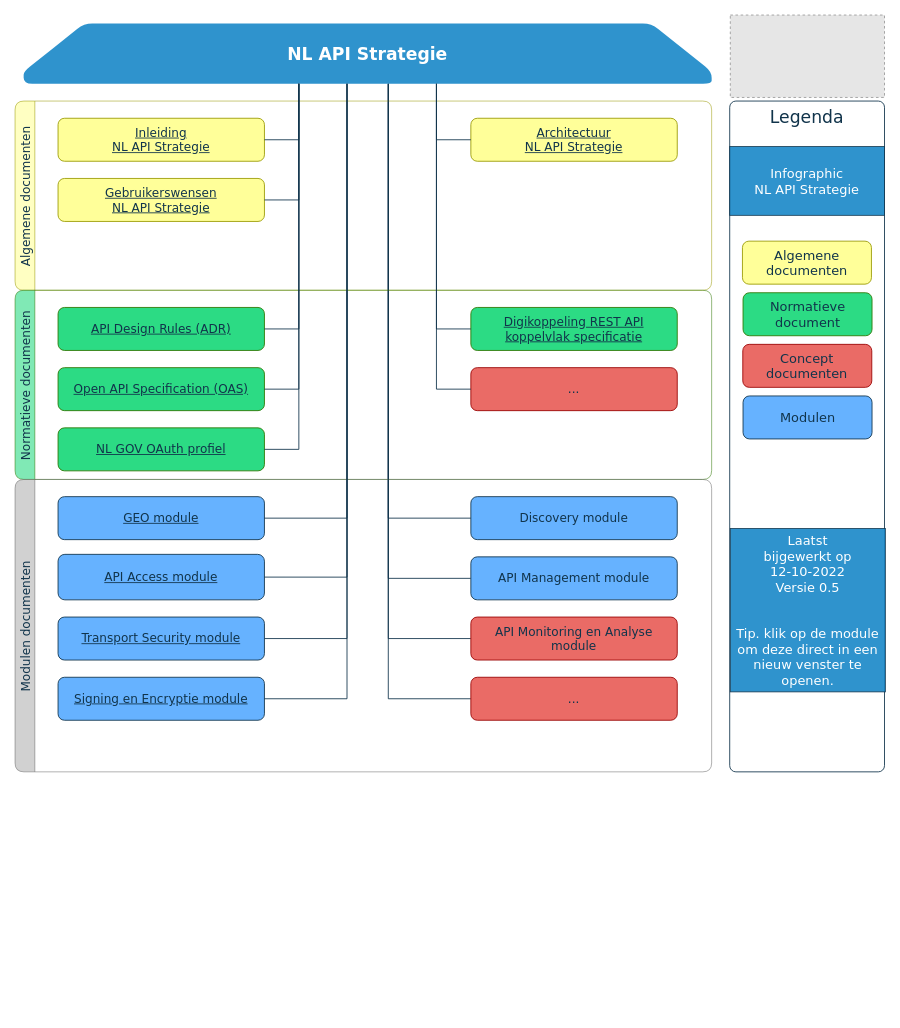
This is media/API infographic.drawio from Geonovum/KP-APIs, a draw.io file, before an edit. Source tidied: cells renumbered, new cells numbered last; positions are measured from the earlier drawing's top-left corner, leaving out a move shared by most shapes. Both pictures are drawn from the tidied source at 86%, with x=0, y=0 at pixel (15, 15). Pictures stored in the file or linked from it are replaced by grey dashed boxes.
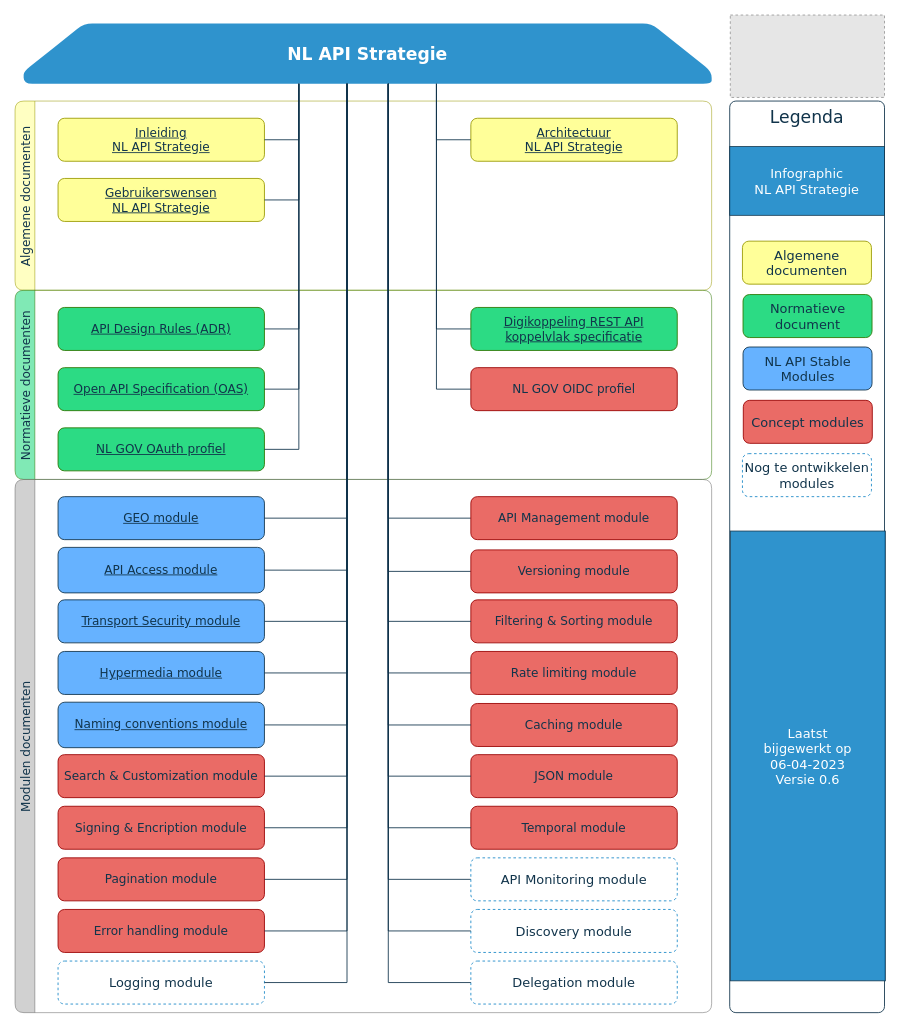
The same diagram, later.

Unchanged cells that the change refers to:
```xml
<mxCell id="12" value="Normatieve documenten" style="swimlane;horizontal=0;rounded=1;strokeColor=#2D7600;fillColor=#2CDB84;fontFamily=Verdana;fontStyle=0;opacity=60;fontColor=#11344B;fontSize=14;" parent="1" vertex="1">
  <mxGeometry y="320" width="810" height="220" as="geometry" />
</mxCell>
<mxCell id="19" value="&lt;span&gt;NL API Strategie&lt;/span&gt;" style="shape=loopLimit;whiteSpace=wrap;html=1;fontSize=20;fillColor=#1988C8;fontFamily=Verdana;fontStyle=1;size=140;fontColor=#FFFFFF;strokeColor=none;rounded=1;points=[[0,0,0,0,0],[0,0.26,0,0,0],[0,0.5,0,0,0],[0,0.74,0,0,0],[0,1,0,0,0],[0.07,1,0,0,0],[0.13,1,0,0,0],[0.2,1,0,0,0],[0.25,0,0,0,0],[0.25,1,0,0,0],[0.27,1,0,0,0],[0.33,1,0,0,0],[0.4,1,0,0,0],[0.47,1,0,0,0],[0.5,0,0,0,0],[0.5,1,0,0,0],[0.53,1,0,0,0],[0.6,1,0,0,0],[0.67,1,0,0,0],[0.73,1,0,0,0],[0.75,0,0,0,0],[0.75,1,0,0,0],[0.8,1,0,0,0],[0.87,1,0,0,0],[0.93,1,0,0,0],[1,0,0,0,0],[1,0.26,0,0,0],[1,0.5,0,0,0],[1,0.76,0,0,0],[1,1,0,0,0]];opacity=90;shadow=0;sketch=0;" parent="1" vertex="1">
  <mxGeometry x="10" y="9.9" width="800" height="70" as="geometry" />
</mxCell>
```

What changed in the source:
```diff
@@
     <mxCell id="6" value="&lt;span style=&quot;font-size: 20px;&quot;&gt;&lt;font style=&quot;&quot;&gt;Legenda&lt;/font&gt;&lt;/span&gt;" style="rounded=1;whiteSpace=wrap;html=1;fontSize=14;verticalAlign=top;fontFamily=Verdana;fontStyle=0;fontColor=#11344B;strokeColor=#11344B;arcSize=4;" parent="1" vertex="1">
-      <mxGeometry x="831" y="100" width="180" height="780" as="geometry" />
+      <mxGeometry x="831" y="100" width="180" height="1060" as="geometry" />
     </mxCell>
     <mxCell id="7" value="Normatieve&lt;br style=&quot;font-size: 15px;&quot;&gt;document" style="rounded=1;whiteSpace=wrap;html=1;fontSize=15;fontStyle=0;fillColor=#2CDB84;strokeColor=#2D7600;fontColor=#11344B;fontFamily=Verdana;" parent="1" vertex="1">
-      <mxGeometry x="846.5" y="322.9" width="150" height="50" as="geometry" />
+      <mxGeometry x="846.5" y="325" width="150" height="50" as="geometry" />
     </mxCell>
@@
-    <mxCell id="17" value="..." style="rounded=1;whiteSpace=wrap;html=1;fontSize=14;fontStyle=0;fillColor=#EA6B66;strokeColor=#990000;fontColor=#11344B;fontFamily=Verdana;" parent="12" vertex="1">
+    <mxCell id="17" value="NL GOV OIDC profiel" style="rounded=1;whiteSpace=wrap;html=1;fontSize=14;fontStyle=0;fillColor=#EA6B66;strokeColor=#990000;fontColor=#11344B;fontFamily=Verdana;" parent="12" vertex="1">
       <mxGeometry x="530" y="90" width="240" height="50" as="geometry" />
     </mxCell>
@@
     <mxCell id="20" value="Modulen documenten" style="swimlane;horizontal=0;rounded=1;strokeColor=#666666;fillColor=#B3B3B3;fontFamily=Verdana;fontStyle=0;opacity=60;fontColor=#11344B;fontSize=14;" parent="1" vertex="1">
-      <mxGeometry y="540" width="810" height="340" as="geometry" />
+      <mxGeometry y="540" width="810" height="620" as="geometry" />
     </mxCell>
@@
     <mxCell id="22" value="Transport Security module&lt;br&gt;" style="rounded=1;whiteSpace=wrap;html=1;fontSize=14;fontStyle=4;fillColor=#66B2FF;strokeColor=#11344B;fontColor=#11344B;fontFamily=Verdana;" parent="20" vertex="1">
-      <mxGeometry x="50" y="160" width="240" height="50" as="geometry" />
+      <mxGeometry x="50" y="140" width="240" height="50" as="geometry" />
     </mxCell>
-    <mxCell id="23" value="Discovery module" style="rounded=1;whiteSpace=wrap;html=1;fontSize=14;fontStyle=0;fillColor=#66B2FF;strokeColor=#11344B;fontColor=#11344B;fontFamily=Verdana;" parent="20" vertex="1">
-      <mxGeometry x="530" y="20" width="240" height="50" as="geometry" />
-    </mxCell>
-    <mxCell id="24" value="API Management module" style="rounded=1;whiteSpace=wrap;html=1;fontSize=14;fontStyle=0;fillColor=#66B2FF;strokeColor=#11344B;fontColor=#11344B;fontFamily=Verdana;" parent="20" vertex="1">
-      <mxGeometry x="530" y="90" width="240" height="50" as="geometry" />
+    <mxCell id="24" value="API Management module" style="rounded=1;whiteSpace=wrap;html=1;fontSize=14;fontStyle=0;fillColor=#EA6B66;strokeColor=#990000;fontColor=#11344B;fontFamily=Verdana;" parent="20" vertex="1">
+      <mxGeometry x="530" y="20" width="240" height="50" as="geometry" />
     </mxCell>
-    <mxCell id="25" value="..." style="rounded=1;whiteSpace=wrap;html=1;fontSize=14;fontStyle=0;fillColor=#EA6B66;strokeColor=#990000;fontColor=#11344B;fontFamily=Verdana;" parent="20" vertex="1">
-      <mxGeometry x="530" y="230" width="240" height="50" as="geometry" />
+    <mxCell id="25" value="Versioning module" style="rounded=1;whiteSpace=wrap;html=1;fontSize=14;fontStyle=0;fillColor=#EA6B66;strokeColor=#990000;fontColor=#11344B;fontFamily=Verdana;" parent="20" vertex="1">
+      <mxGeometry x="530" y="81.9" width="240" height="50" as="geometry" />
     </mxCell>
-    <mxCell id="26" value="API Monitoring en Analyse module" style="rounded=1;whiteSpace=wrap;html=1;fontSize=14;fontStyle=0;fillColor=#EA6B66;strokeColor=#990000;fontColor=#11344B;fontFamily=Verdana;" parent="20" vertex="1">
-      <mxGeometry x="530" y="160" width="240" height="50" as="geometry" />
-    </mxCell>
     <mxCell id="27" value="API Access module" style="rounded=1;whiteSpace=wrap;html=1;fontSize=14;fontStyle=4;fillColor=#66B2FF;strokeColor=#11344B;fontColor=#11344B;fontFamily=Verdana;" parent="20" vertex="1">
-      <mxGeometry x="50" y="87.1" width="240" height="52.9" as="geometry" />
+      <mxGeometry x="50" y="79" width="240" height="52.9" as="geometry" />
     </mxCell>
-    <mxCell id="28" value="Signing en Encryptie module" style="rounded=1;whiteSpace=wrap;html=1;fontSize=14;fontStyle=4;fillColor=#66B2FF;strokeColor=#11344B;fontColor=#11344B;fontFamily=Verdana;" parent="20" vertex="1">
-      <mxGeometry x="50" y="230" width="240" height="50" as="geometry" />
+    <mxCell id="28" value="Signing &amp;amp; Encription module" style="rounded=1;whiteSpace=wrap;html=1;fontSize=14;fontStyle=0;fillColor=#EA6B66;strokeColor=#990000;fontColor=#11344B;fontFamily=Verdana;" parent="20" vertex="1">
+      <mxGeometry x="50" y="380" width="240" height="50" as="geometry" />
     </mxCell>
+    <mxCell id="46" value="Naming conventions module" style="rounded=1;whiteSpace=wrap;html=1;fontSize=14;fontStyle=4;fillColor=#66B2FF;strokeColor=#11344B;fontColor=#11344B;fontFamily=Verdana;" parent="20" vertex="1">
+      <mxGeometry x="50" y="259" width="240" height="52.9" as="geometry" />
+    </mxCell>
+    <mxCell id="47" value="JSON module" style="rounded=1;whiteSpace=wrap;html=1;fontSize=14;fontStyle=0;fillColor=#EA6B66;strokeColor=#990000;fontColor=#11344B;fontFamily=Verdana;" parent="20" vertex="1">
+      <mxGeometry x="530" y="320" width="240" height="50" as="geometry" />
+    </mxCell>
+    <mxCell id="48" value="Filtering &amp;amp; Sorting module" style="rounded=1;whiteSpace=wrap;html=1;fontSize=14;fontStyle=0;fillColor=#EA6B66;strokeColor=#990000;fontColor=#11344B;fontFamily=Verdana;" parent="20" vertex="1">
+      <mxGeometry x="530" y="140" width="240" height="50" as="geometry" />
+    </mxCell>
+    <mxCell id="49" value="Search &amp;amp; Customization module" style="rounded=1;whiteSpace=wrap;html=1;fontSize=14;fontStyle=0;fillColor=#EA6B66;strokeColor=#990000;fontColor=#11344B;fontFamily=Verdana;" parent="20" vertex="1">
+      <mxGeometry x="50" y="320" width="240" height="50" as="geometry" />
+    </mxCell>
+    <mxCell id="50" value="Temporal module" style="rounded=1;whiteSpace=wrap;html=1;fontSize=14;fontStyle=0;fillColor=#EA6B66;strokeColor=#990000;fontColor=#11344B;fontFamily=Verdana;" parent="20" vertex="1">
+      <mxGeometry x="530" y="380" width="240" height="50" as="geometry" />
+    </mxCell>
+    <mxCell id="51" value="Hypermedia module" style="rounded=1;whiteSpace=wrap;html=1;fontSize=14;fontStyle=4;fillColor=#66B2FF;strokeColor=#11344B;fontColor=#11344B;fontFamily=Verdana;" parent="20" vertex="1">
+      <mxGeometry x="50" y="200" width="240" height="50" as="geometry" />
+    </mxCell>
+    <mxCell id="52" value="Pagination module" style="rounded=1;whiteSpace=wrap;html=1;fontSize=14;fontStyle=0;fillColor=#EA6B66;strokeColor=#990000;fontColor=#11344B;fontFamily=Verdana;" parent="20" vertex="1">
+      <mxGeometry x="50" y="440" width="240" height="50" as="geometry" />
+    </mxCell>
+    <mxCell id="53" value="Caching module" style="rounded=1;whiteSpace=wrap;html=1;fontSize=14;fontStyle=0;fillColor=#EA6B66;strokeColor=#990000;fontColor=#11344B;fontFamily=Verdana;" parent="20" vertex="1">
+      <mxGeometry x="530" y="260.5" width="240" height="50" as="geometry" />
+    </mxCell>
+    <mxCell id="54" value="Rate limiting module" style="rounded=1;whiteSpace=wrap;html=1;fontSize=14;fontStyle=0;fillColor=#EA6B66;strokeColor=#990000;fontColor=#11344B;fontFamily=Verdana;" parent="20" vertex="1">
+      <mxGeometry x="530" y="200" width="240" height="50" as="geometry" />
+    </mxCell>
+    <mxCell id="55" value="Error handling module" style="rounded=1;whiteSpace=wrap;html=1;fontSize=14;fontStyle=0;fillColor=#EA6B66;strokeColor=#990000;fontColor=#11344B;fontFamily=Verdana;" parent="20" vertex="1">
+      <mxGeometry x="50" y="500" width="240" height="50" as="geometry" />
+    </mxCell>
+    <mxCell id="56" value="Delegation module" style="rounded=1;whiteSpace=wrap;html=1;fontSize=15;fontStyle=0;fillColor=none;strokeColor=#1988C8;fontColor=#11344B;fontFamily=Verdana;dashed=1;" parent="20" vertex="1">
+      <mxGeometry x="530" y="560" width="240" height="50" as="geometry" />
+    </mxCell>
+    <mxCell id="57" value="Logging module" style="rounded=1;whiteSpace=wrap;html=1;fontSize=15;fontStyle=0;fillColor=none;strokeColor=#1988C8;fontColor=#11344B;fontFamily=Verdana;dashed=1;" parent="20" vertex="1">
+      <mxGeometry x="50" y="560" width="240" height="50" as="geometry" />
+    </mxCell>
+    <mxCell id="26" value="API Monitoring module" style="rounded=1;whiteSpace=wrap;html=1;fontSize=15;fontStyle=0;fillColor=none;strokeColor=#1988C8;fontColor=#11344B;fontFamily=Verdana;dashed=1;" parent="20" vertex="1">
+      <mxGeometry x="530" y="440" width="240" height="50" as="geometry" />
+    </mxCell>
+    <mxCell id="23" value="Discovery module" style="rounded=1;whiteSpace=wrap;html=1;fontSize=15;fontStyle=0;fillColor=none;strokeColor=#1988C8;fontColor=#11344B;fontFamily=Verdana;dashed=1;" parent="20" vertex="1">
+      <mxGeometry x="530" y="500" width="240" height="50" as="geometry" />
+    </mxCell>
@@
-    <mxCell id="30" value="Concept documenten" style="rounded=1;whiteSpace=wrap;html=1;fontSize=15;fontStyle=0;fillColor=#EA6B66;strokeColor=#990000;fontColor=#11344B;fontFamily=Verdana;" parent="1" vertex="1">
-      <mxGeometry x="846.2" y="382.9" width="150" height="50" as="geometry" />
+    <mxCell id="30" value="Concept modules" style="rounded=1;whiteSpace=wrap;html=1;fontSize=15;fontStyle=0;fillColor=#EA6B66;strokeColor=#990000;fontColor=#11344B;fontFamily=Verdana;" parent="1" vertex="1">
+      <mxGeometry x="846.8" y="448" width="150" height="50" as="geometry" />
     </mxCell>
-    <mxCell id="31" value="Modulen" style="rounded=1;whiteSpace=wrap;html=1;fontSize=15;fontStyle=0;fillColor=#66B2FF;strokeColor=#11344B;fontColor=#11344B;fontFamily=Verdana;" parent="1" vertex="1">
-      <mxGeometry x="846.5" y="442.9" width="150" height="50" as="geometry" />
+    <mxCell id="31" value="NL API Stable Modules" style="rounded=1;whiteSpace=wrap;html=1;fontSize=15;fontStyle=0;fillColor=#66B2FF;strokeColor=#11344B;fontColor=#11344B;fontFamily=Verdana;" parent="1" vertex="1">
+      <mxGeometry x="846.5" y="386" width="150" height="50" as="geometry" />
     </mxCell>
@@
-    <mxCell id="40" value="Laatst &lt;br&gt;bijgewerkt op &lt;br&gt;12-10-2022&lt;br&gt;Versie 0.5&lt;br&gt;&lt;br&gt;&lt;br&gt;Tip. klik op de module om deze direct in een nieuw venster te openen." style="text;html=1;strokeColor=#11344B;fillColor=#1988C8;align=center;verticalAlign=middle;whiteSpace=wrap;rounded=0;fontFamily=Verdana;fontSize=15;fontColor=#FFFFFF;opacity=90;" parent="1" vertex="1">
-      <mxGeometry x="831.7" y="597" width="180.3" height="190" as="geometry" />
+    <mxCell id="40" value="Laatst &lt;br&gt;bijgewerkt op &lt;br&gt;06-04-2023&lt;br&gt;Versie 0.6" style="text;html=1;strokeColor=#11344B;fillColor=#1988C8;align=center;verticalAlign=middle;whiteSpace=wrap;rounded=0;fontFamily=Verdana;fontSize=15;fontColor=#FFFFFF;opacity=90;" parent="1" vertex="1">
+      <mxGeometry x="831.7" y="600" width="180.3" height="523" as="geometry" />
     </mxCell>
@@
+    <mxCell id="58" value="Nog te ontwikkelen modules" style="rounded=1;whiteSpace=wrap;html=1;fontSize=15;fontStyle=0;fillColor=none;strokeColor=#1988C8;fontColor=#11344B;fontFamily=Verdana;dashed=1;" parent="1" vertex="1">
+      <mxGeometry x="845.8" y="510" width="150" height="50" as="geometry" />
+    </mxCell>
+    <mxCell id="59" style="endArrow=none;html=1;rounded=0;fontFamily=Verdana;fontColor=#11344B;strokeColor=#11344B;entryX=0.47;entryY=1;entryDx=0;entryDy=0;entryPerimeter=0;exitX=1;exitY=0.5;exitDx=0;exitDy=0;edgeStyle=orthogonalEdgeStyle;" parent="1" edge="1" source="51" target="19">
+      <mxGeometry relative="1" as="geometry" />
+    </mxCell>
+    <mxCell id="60" style="endArrow=none;html=1;rounded=0;fontFamily=Verdana;fontColor=#11344B;strokeColor=#11344B;entryX=0.47;entryY=1;entryDx=0;entryDy=0;entryPerimeter=0;exitX=1;exitY=0.5;exitDx=0;exitDy=0;edgeStyle=orthogonalEdgeStyle;" parent="1" edge="1" source="46" target="19">
+      <mxGeometry relative="1" as="geometry" />
+    </mxCell>
+    <mxCell id="61" style="endArrow=none;html=1;rounded=0;fontFamily=Verdana;fontColor=#11344B;strokeColor=#11344B;entryX=0.47;entryY=1;entryDx=0;entryDy=0;entryPerimeter=0;exitX=1;exitY=0.5;exitDx=0;exitDy=0;edgeStyle=orthogonalEdgeStyle;" parent="1" edge="1" source="49" target="19">
+      <mxGeometry relative="1" as="geometry" />
+    </mxCell>
+    <mxCell id="62" style="endArrow=none;html=1;rounded=0;fontFamily=Verdana;fontColor=#11344B;strokeColor=#11344B;entryX=0.47;entryY=1;entryDx=0;entryDy=0;entryPerimeter=0;exitX=1;exitY=0.5;exitDx=0;exitDy=0;edgeStyle=orthogonalEdgeStyle;" parent="1" edge="1" source="52" target="19">
+      <mxGeometry relative="1" as="geometry" />
+    </mxCell>
+    <mxCell id="63" style="endArrow=none;html=1;rounded=0;fontFamily=Verdana;fontColor=#11344B;strokeColor=#11344B;entryX=0.47;entryY=1;entryDx=0;entryDy=0;entryPerimeter=0;exitX=1;exitY=0.5;exitDx=0;exitDy=0;edgeStyle=orthogonalEdgeStyle;" parent="1" edge="1" source="55" target="19">
+      <mxGeometry relative="1" as="geometry" />
+    </mxCell>
+    <mxCell id="64" style="endArrow=none;html=1;rounded=0;fontFamily=Verdana;fontColor=#11344B;strokeColor=#11344B;entryX=0.53;entryY=1;entryDx=0;entryDy=0;entryPerimeter=0;exitX=0;exitY=0.5;exitDx=0;exitDy=0;edgeStyle=orthogonalEdgeStyle;" parent="1" edge="1" source="47" target="19">
+      <mxGeometry relative="1" as="geometry" />
+    </mxCell>
+    <mxCell id="65" style="endArrow=none;html=1;rounded=0;fontFamily=Verdana;fontColor=#11344B;strokeColor=#11344B;entryX=0.53;entryY=1;entryDx=0;entryDy=0;entryPerimeter=0;exitX=0;exitY=0.5;exitDx=0;exitDy=0;edgeStyle=orthogonalEdgeStyle;" parent="1" edge="1" source="48" target="19">
+      <mxGeometry relative="1" as="geometry" />
+    </mxCell>
+    <mxCell id="66" style="endArrow=none;html=1;rounded=0;fontFamily=Verdana;fontColor=#11344B;strokeColor=#11344B;entryX=0.53;entryY=1;entryDx=0;entryDy=0;entryPerimeter=0;exitX=0;exitY=0.5;exitDx=0;exitDy=0;edgeStyle=orthogonalEdgeStyle;" parent="1" edge="1" source="50" target="19">
+      <mxGeometry relative="1" as="geometry" />
+    </mxCell>
+    <mxCell id="67" style="endArrow=none;html=1;rounded=0;fontFamily=Verdana;fontColor=#11344B;strokeColor=#11344B;entryX=0.53;entryY=1;entryDx=0;entryDy=0;entryPerimeter=0;exitX=0;exitY=0.5;exitDx=0;exitDy=0;edgeStyle=orthogonalEdgeStyle;" parent="1" edge="1" source="53" target="19">
+      <mxGeometry relative="1" as="geometry" />
+    </mxCell>
+    <mxCell id="68" style="endArrow=none;html=1;rounded=0;fontFamily=Verdana;fontColor=#11344B;strokeColor=#11344B;entryX=0.53;entryY=1;entryDx=0;entryDy=0;entryPerimeter=0;edgeStyle=orthogonalEdgeStyle;exitX=0;exitY=0.5;exitDx=0;exitDy=0;" parent="1" edge="1" source="54" target="19">
+      <mxGeometry relative="1" as="geometry" />
+    </mxCell>
+    <mxCell id="69" style="endArrow=none;html=1;rounded=0;fontFamily=Verdana;fontColor=#11344B;strokeColor=#11344B;entryX=0.47;entryY=1;entryDx=0;entryDy=0;entryPerimeter=0;exitX=1;exitY=0.5;exitDx=0;exitDy=0;edgeStyle=orthogonalEdgeStyle;" parent="1" edge="1" source="57" target="19">
+      <mxGeometry relative="1" as="geometry" />
+    </mxCell>
+    <mxCell id="70" style="endArrow=none;html=1;rounded=0;fontFamily=Verdana;fontColor=#11344B;strokeColor=#11344B;entryX=0.53;entryY=1;entryDx=0;entryDy=0;entryPerimeter=0;edgeStyle=orthogonalEdgeStyle;exitX=0;exitY=0.5;exitDx=0;exitDy=0;" parent="1" edge="1" source="56" target="19">
+      <mxGeometry relative="1" as="geometry" />
+    </mxCell>
```
